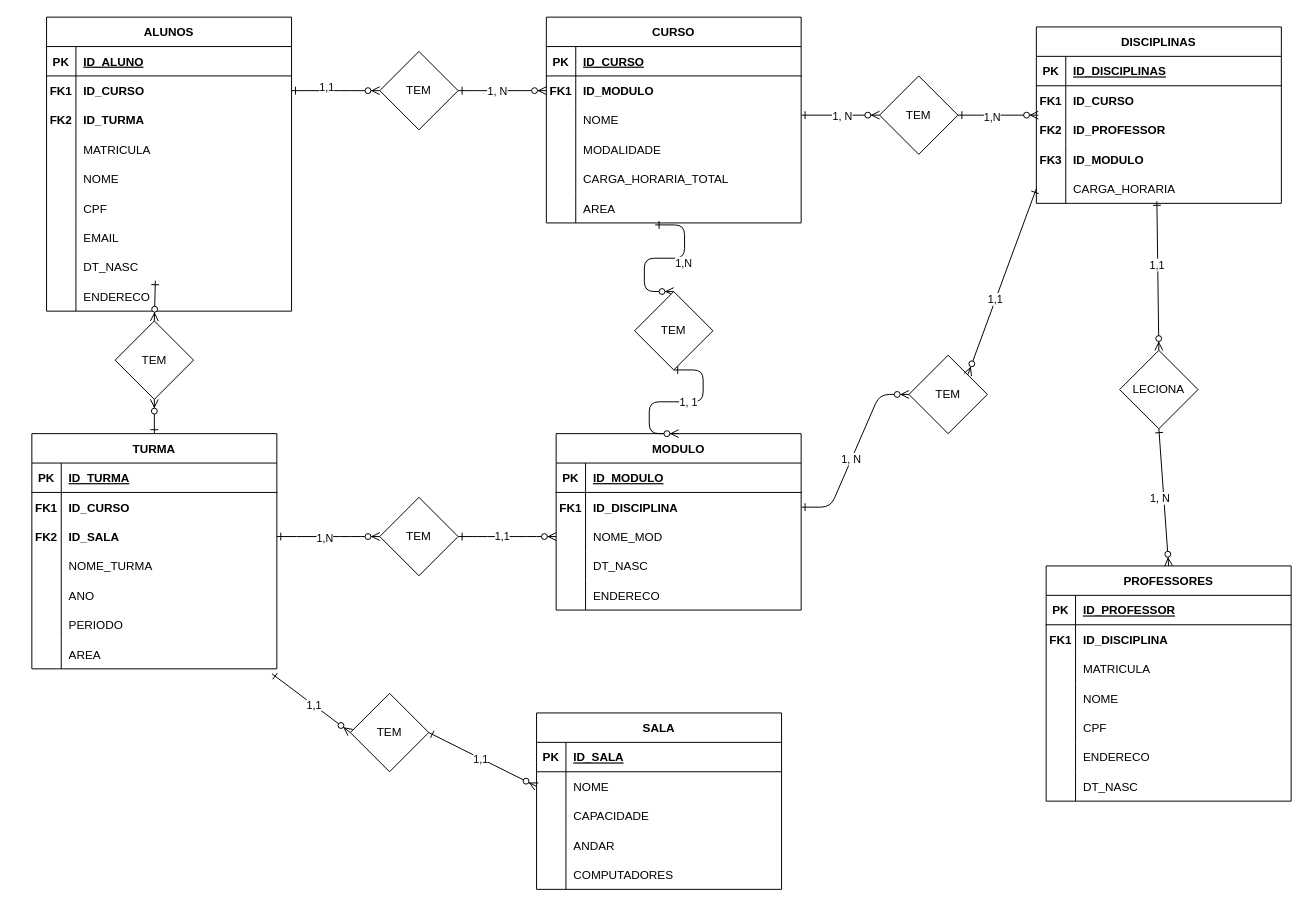
This is Diagrama sem nome.drawio from adrianopspadilha/BDR-W, a draw.io file, before an edit. Source tidied: cells renumbered, new cells numbered last; positions are measured from the earlier drawing's top-left corner, leaving out a move shared by most shapes. Both pictures are drawn from the tidied source at 98%, with x=0, y=0 at pixel (31, 17).
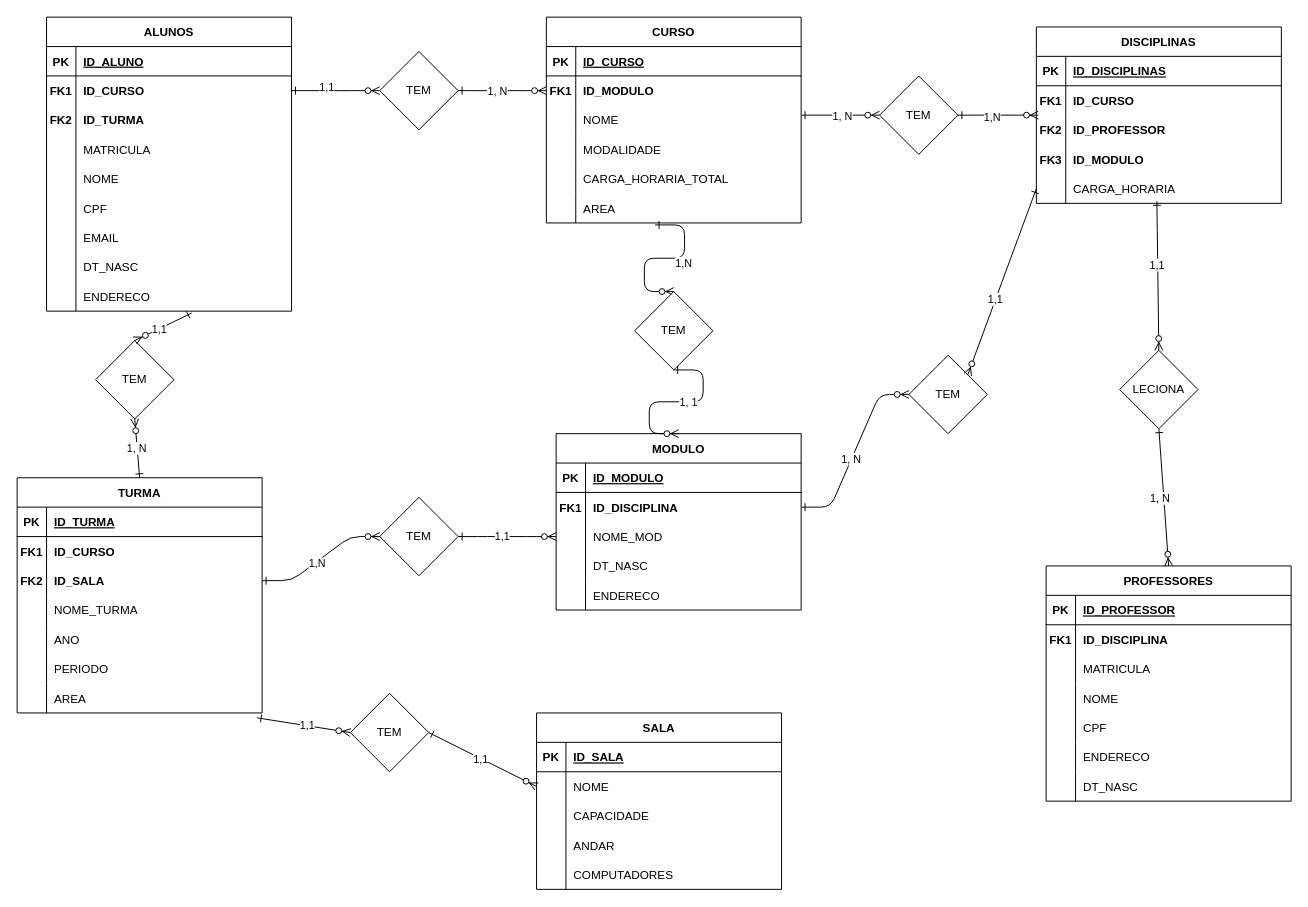
The same page after the edit.

Commit message:
atualizada midday 5.drawio

The change refers to these unchanged cells:
```xml
<mxCell id="63" style="shape=partialRectangle;fillColor=none;points=[[0,0.5],[1,0.5]];portConstraint=eastwest;top=0;left=0;right=0;bottom=0;" parent="41" vertex="1">
  <mxGeometry y="240" width="250" height="30" as="geometry" />
</mxCell>
<mxCell id="66" style="shape=partialRectangle;fillColor=none;points=[[0,0.5],[1,0.5]];portConstraint=eastwest;top=0;left=0;right=0;bottom=0;" parent="41" vertex="1">
  <mxGeometry y="270" width="250" height="30" as="geometry" />
</mxCell>
<mxCell id="162" style="endArrow=ERzeroToMany;startArrow=ERone;endFill=1;startFill=0;entryX=0.5;entryY=1;entryDx=0;entryDy=0;exitX=0.5;exitY=0;exitDx=0;exitDy=0;" parent="1" edge="1" source="85" target="157">
  <mxGeometry relative="1" as="geometry" />
</mxCell>
```

The edit, as a diff of the source:
```diff
@@
     <mxCell id="85" value="TURMA" style="shape=table;startSize=30;childLayout=tableLayout;rowLines=0;fontStyle=1;align=center;" parent="1" vertex="1">
-      <mxGeometry y="425" width="250" height="240" as="geometry" />
+      <mxGeometry x="-15" y="470" width="250" height="240" as="geometry" />
     </mxCell>
@@
     <mxCell id="157" value="TEM" style="rhombus;whiteSpace=wrap;html=1;" parent="1" vertex="1">
-      <mxGeometry x="85" y="310" width="80" height="80" as="geometry" />
+      <mxGeometry x="65" y="330" width="80" height="80" as="geometry" />
     </mxCell>
@@
-    <mxCell id="161" style="endArrow=ERzeroToMany;startArrow=ERone;endFill=1;startFill=0;entryX=0.5;entryY=0;entryDx=0;entryDy=0;exitX=0.444;exitY=0.967;exitDx=0;exitDy=0;exitPerimeter=0;" parent="1" edge="1" source="63" target="157">
+    <mxCell id="161" style="endArrow=ERzeroToMany;startArrow=ERone;endFill=1;startFill=0;entryX=0.5;entryY=0;entryDx=0;entryDy=0;exitX=0.592;exitY=1.067;exitDx=0;exitDy=0;exitPerimeter=0;" parent="1" edge="1" source="66" target="157">
       <mxGeometry relative="1" as="geometry" />
     </mxCell>
+    <mxCell id="181" value="1,1" style="edgeLabel;html=1;align=center;verticalAlign=middle;" parent="161" vertex="1">
+      <mxGeometry x="0.14" relative="1" as="geometry" />
+    </mxCell>
@@
+    <mxCell id="182" value="1, N" style="edgeLabel;html=1;align=center;verticalAlign=middle;" parent="162" vertex="1">
+      <mxGeometry x="0.02" y="1" relative="1" as="geometry" />
+    </mxCell>
```
